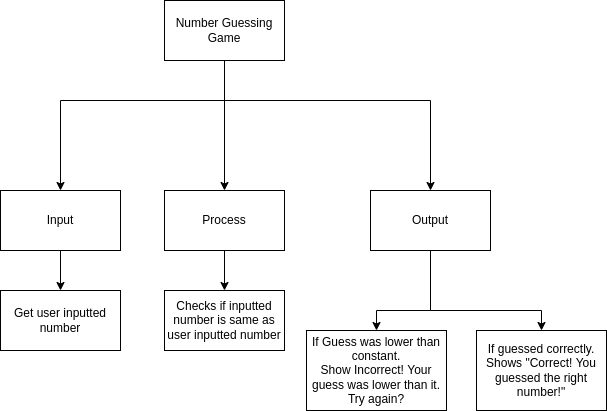
Earlier version of the draw.io export Number Guessing (Top-Down).png (Dahrio-Francois/ICS3U-Unit3-02-Python2). Source tidied: cells renumbered, new cells last; positions are measured from the earlier drawing's top-left corner, leaving out a move shared by most shapes.
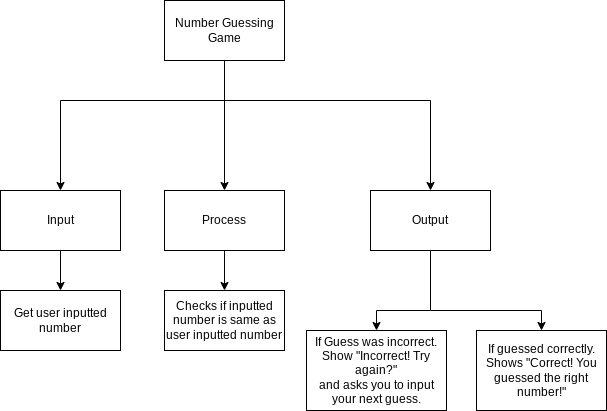
Above is the later version.

Commit message:
made changes to Top-Down Design

Diff of the diagram source:
```diff
@@ -64,7 +64,7 @@
     <mxCell id="15" value="&lt;font style=&quot;font-size: 12px&quot;&gt;Checks if inputted number is same as user inputted number&lt;/font&gt;" style="rounded=0;whiteSpace=wrap;html=1;fontFamily=Helvetica;fontSize=11;fontColor=default;" parent="1" vertex="1">
       <mxGeometry x="164" y="290" width="120" height="60" as="geometry" />
     </mxCell>
-    <mxCell id="16" value="If Guess was lower than constant.&lt;br&gt;Show Incorrect! Your guess was lower than it.&lt;br&gt;Try again?" style="rounded=0;whiteSpace=wrap;html=1;" parent="1" vertex="1">
+    <mxCell id="16" value="If Guess was incorrect.&lt;br&gt;Show &quot;Incorrect! Try again?&quot;&lt;br&gt;and asks you to input your next guess." style="rounded=0;whiteSpace=wrap;html=1;" parent="1" vertex="1">
       <mxGeometry x="306" y="330" width="140" height="80" as="geometry" />
     </mxCell>
   </root>
```
